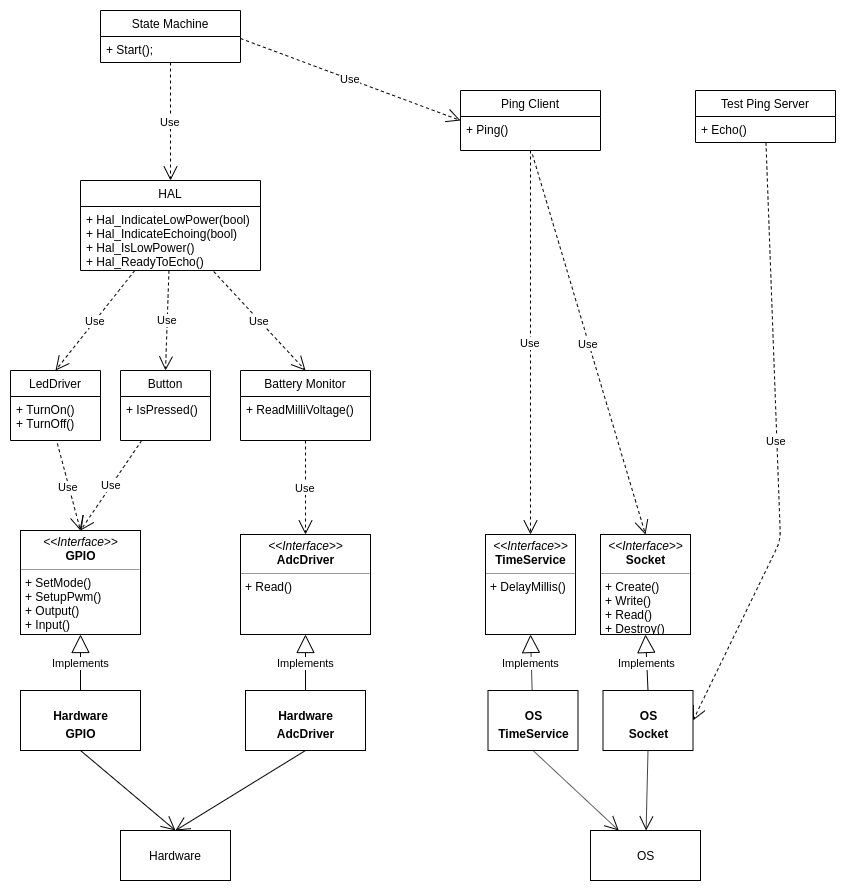
Before: images/class_diagram.png, a diagram exported from draw.io (yfwei/echo). Source tidied: cells renumbered, new cells last; positions are measured from the earlier drawing's top-left corner, leaving out a move shared by most shapes.
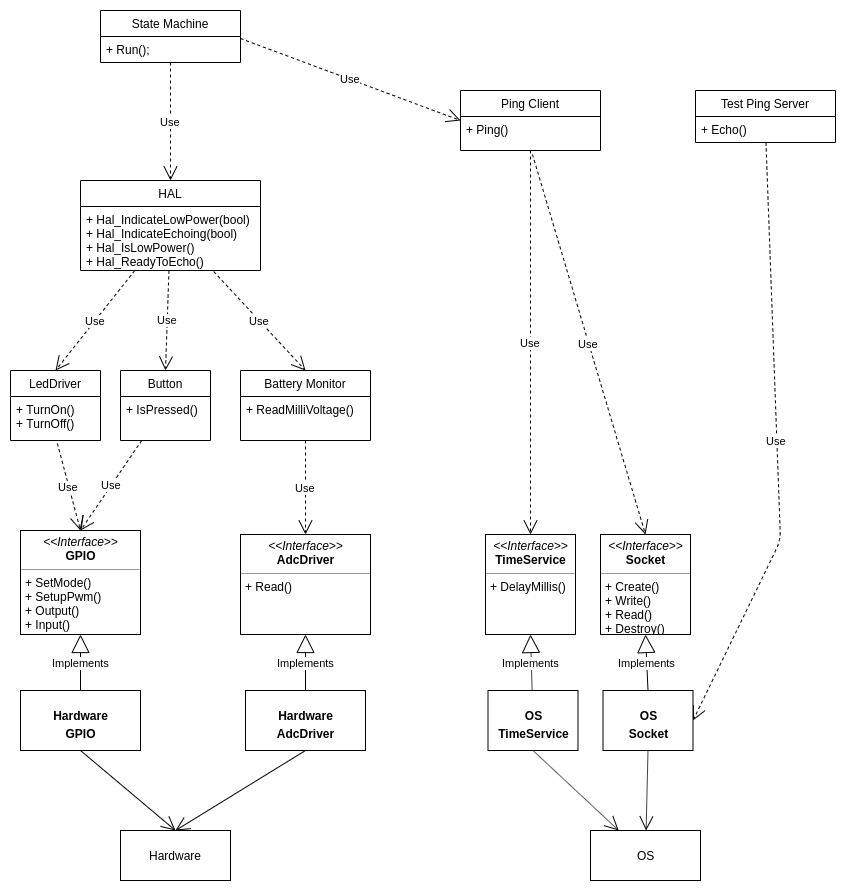
Above is the later version.

Commit message:
Update the class diagram

Diff of the diagram source:
```diff
@@ -56,7 +56,7 @@
     <mxCell id="19" value="State Machine" style="swimlane;fontStyle=0;horizontal=1;startSize=26;fillColor=none;" parent="1" vertex="1">
       <mxGeometry x="90" width="140" height="52" as="geometry" />
     </mxCell>
-    <mxCell id="20" value="+ Start();" style="text;strokeColor=none;fillColor=none;align=left;verticalAlign=top;spacingLeft=4;spacingRight=4;overflow=hidden;points=[[0,0.5],[1,0.5]];portConstraint=eastwest;" parent="19" vertex="1">
+    <mxCell id="20" value="+ Run();" style="text;strokeColor=none;fillColor=none;align=left;verticalAlign=top;spacingLeft=4;spacingRight=4;overflow=hidden;points=[[0,0.5],[1,0.5]];portConstraint=eastwest;" parent="19" vertex="1">
       <mxGeometry y="26" width="140" height="26" as="geometry" />
     </mxCell>
     <mxCell id="21" value="Use" style="endArrow=open;endSize=12;dashed=1;html=1;" parent="1" edge="1" source="19" target="15">
```
